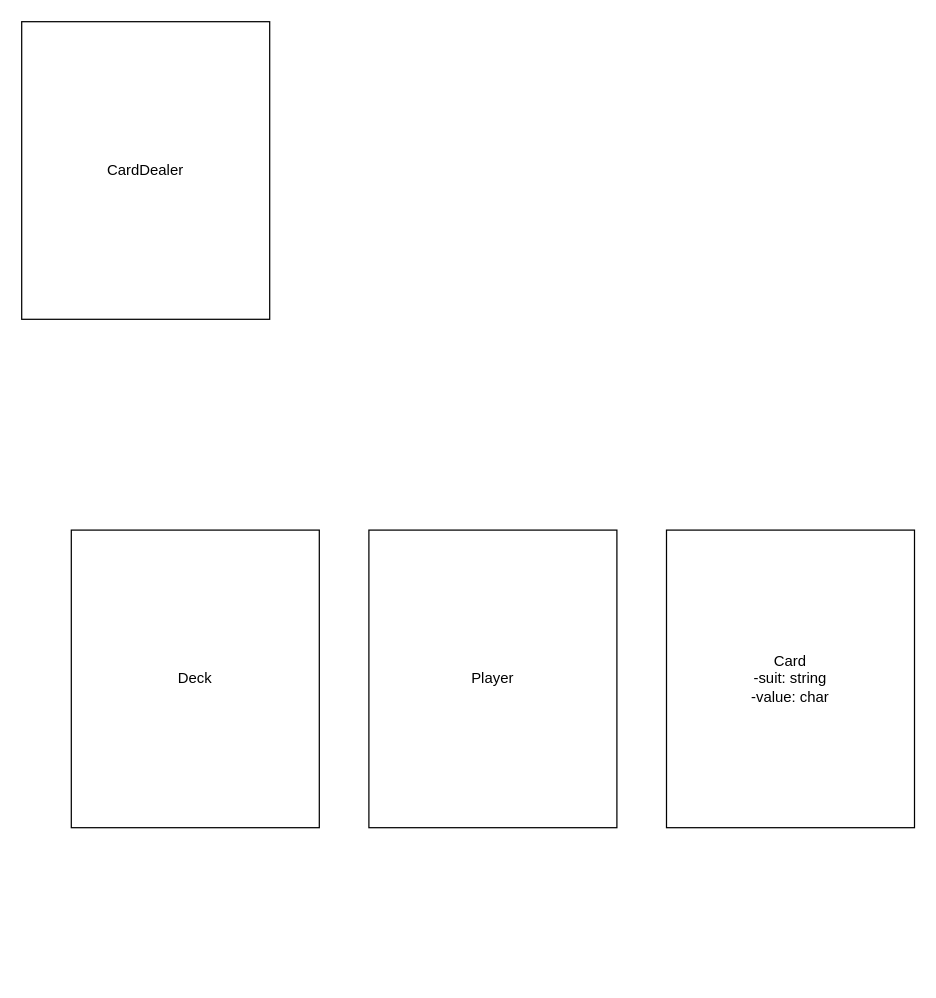
Before: page "Колода Карт" (2 of 2) of Диаграмма без названия.drawio in GigaOrts/UML-IJunior, a draw.io diagram. Source tidied: cells renumbered, new cells numbered last; positions are measured from the earlier drawing's top-left corner, leaving out a move shared by most shapes. Both pictures are drawn from the tidied source at 124%, with x=0, y=0 at pixel (21, 21).
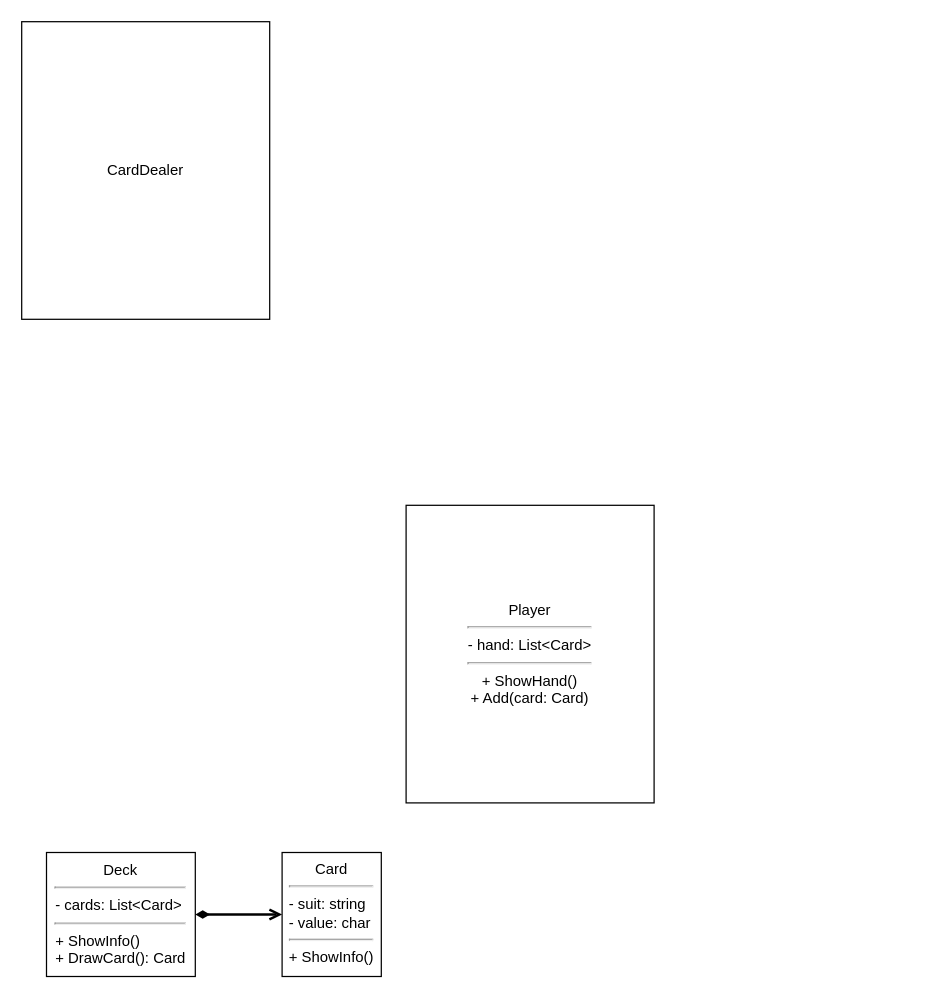
The same page after the edit.

Diff of the diagram source:
```diff
@@
 <mxGraphModel>
   <root>
     <mxCell id="0" />
     <mxCell id="1" parent="0" />
     <mxCell id="2" value="CardDealer" style="rounded=0;whiteSpace=wrap;html=1;" parent="1" vertex="1">
       <mxGeometry width="200" height="240" as="geometry" />
     </mxCell>
-    <mxCell id="3" value="Player" style="rounded=0;whiteSpace=wrap;html=1;" parent="1" vertex="1">
-      <mxGeometry x="280" y="410" width="200" height="240" as="geometry" />
+    <mxCell id="3" value="Player&lt;br&gt;&lt;hr&gt;- hand: List&amp;lt;Card&amp;gt;&lt;br&gt;&lt;hr&gt;+ ShowHand()&lt;br&gt;+ Add(card: Card)" style="rounded=0;whiteSpace=wrap;html=1;" parent="1" vertex="1">
+      <mxGeometry x="310" y="390" width="200" height="240" as="geometry" />
     </mxCell>
+    <mxCell id="6" style="edgeStyle=orthogonalEdgeStyle;rounded=0;jettySize=auto;html=1;startArrow=diamondThin;startFill=1;strokeWidth=2;endArrow=open;endFill=0;" parent="1" edge="1" source="4" target="5">
+      <mxGeometry relative="1" as="geometry" />
+    </mxCell>
-    <mxCell id="4" value="Deck" style="rounded=0;whiteSpace=wrap;html=1;" parent="1" vertex="1">
-      <mxGeometry x="40" y="410" width="200" height="240" as="geometry" />
+    <mxCell id="4" value="Deck&lt;br&gt;&lt;hr&gt;&lt;div style=&quot;text-align: left;&quot;&gt;&lt;span style=&quot;background-color: initial;&quot;&gt;- cards: List&amp;lt;Card&amp;gt;&lt;/span&gt;&lt;/div&gt;&lt;hr style=&quot;text-align: left;&quot;&gt;&lt;div style=&quot;text-align: left;&quot;&gt;&lt;span style=&quot;background-color: initial;&quot;&gt;+ ShowInfo()&lt;/span&gt;&lt;/div&gt;&lt;div style=&quot;text-align: left;&quot;&gt;&lt;span style=&quot;background-color: initial;&quot;&gt;+ DrawCard(): Card&lt;/span&gt;&lt;/div&gt;" style="rounded=0;whiteSpace=wrap;html=1;fontSize=12;" parent="1" vertex="1">
+      <mxGeometry x="20" y="670" width="120" height="100" as="geometry" />
     </mxCell>
-    <mxCell id="5" value="Card&lt;br&gt;-suit: string&lt;br&gt;-value: char" style="rounded=0;whiteSpace=wrap;html=1;" parent="1" vertex="1">
-      <mxGeometry x="520" y="410" width="200" height="240" as="geometry" />
+    <mxCell id="5" value="&lt;div style=&quot;&quot;&gt;&lt;span style=&quot;background-color: initial;&quot;&gt;Card&lt;/span&gt;&lt;/div&gt;&lt;div style=&quot;&quot;&gt;&lt;hr&gt;&lt;/div&gt;&lt;div style=&quot;text-align: left;&quot;&gt;&lt;span style=&quot;background-color: initial;&quot;&gt;- suit: string&lt;/span&gt;&lt;/div&gt;&lt;div style=&quot;text-align: left;&quot;&gt;&lt;span style=&quot;background-color: initial;&quot;&gt;- value: char&lt;/span&gt;&lt;/div&gt;&lt;hr&gt;+ ShowInfo()" style="rounded=0;whiteSpace=wrap;html=1;align=center;verticalAlign=top;horizontal=1;" parent="1" vertex="1">
+      <mxGeometry x="210" y="670" width="80" height="100" as="geometry" />
     </mxCell>
   </root>
 </mxGraphModel>
```
